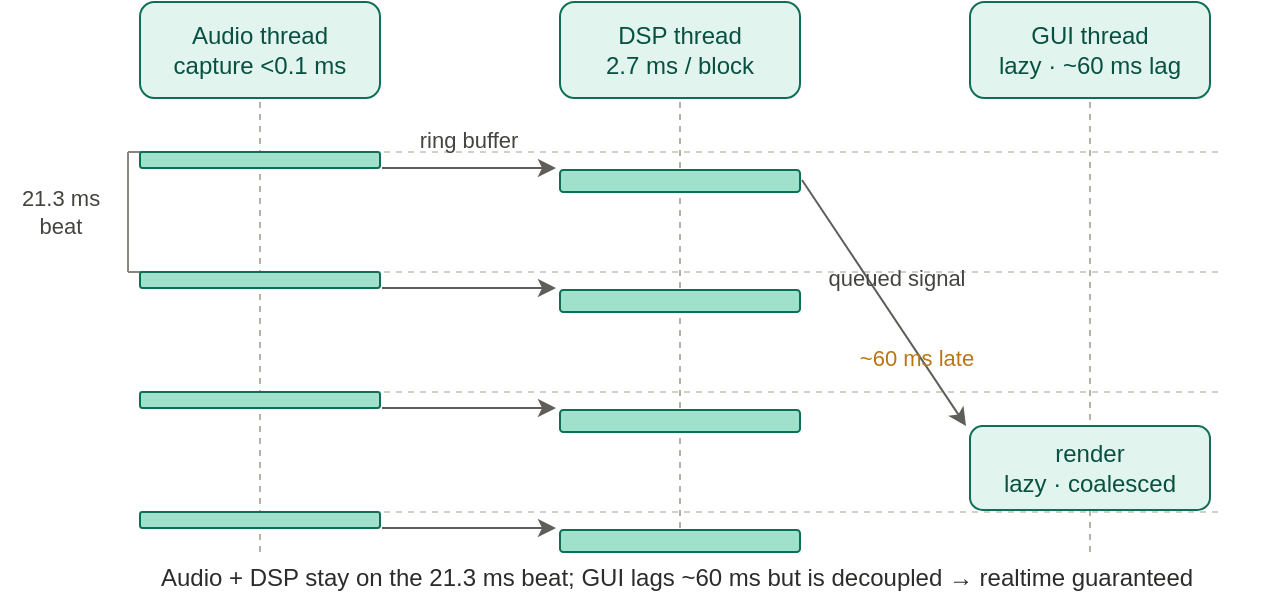
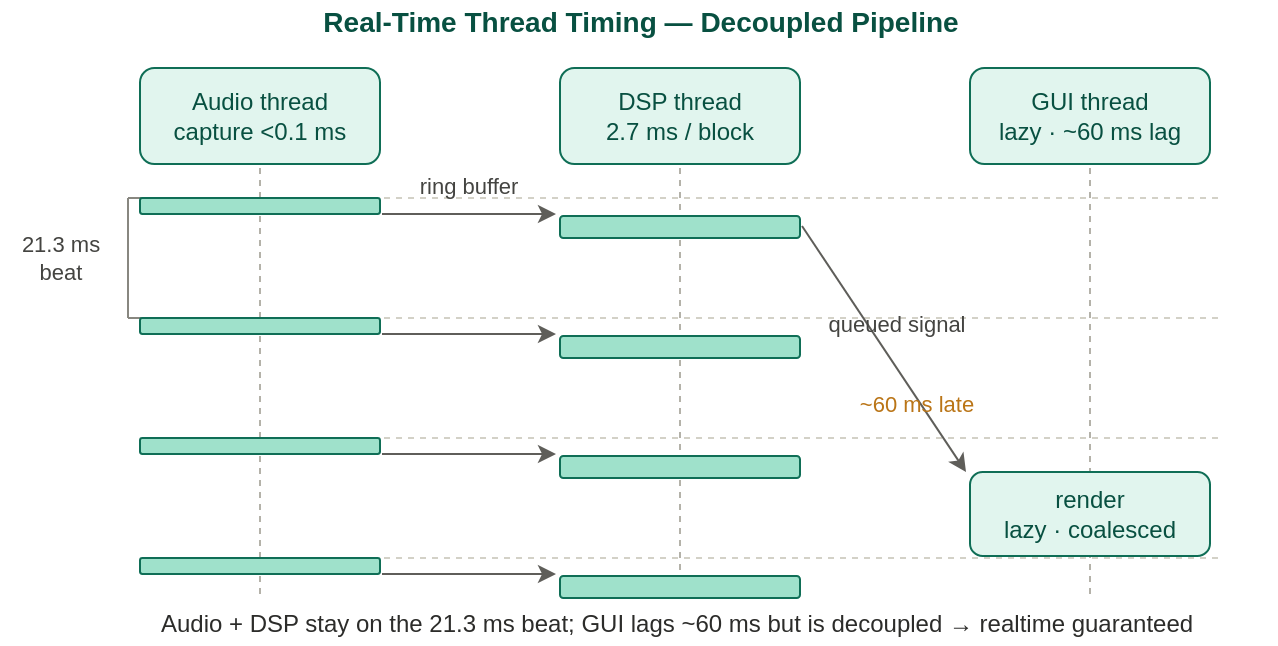
<mxfile host="app.diagrams.net" type="device">
  <diagram name="realtime-thread-timing" id="rt-thread-timing">
    <mxGraphModel dx="900" dy="640" grid="0" gridSize="10" guides="1" tooltips="1" connect="1" arrows="1" fold="1" page="1" pageScale="1" pageWidth="680" pageHeight="340" math="0" shadow="0">
      <root>
        <mxCell id="0" />
        <mxCell id="1" parent="0" />
-         <mxCell id="ll1" style="endArrow=none;dashed=1;strokeColor=#B4B2A9;html=1;" edge="1" parent="1"><mxGeometry relative="1" as="geometry"><mxPoint x="150" y="80" as="sourcePoint" /><mxPoint x="150" y="305" as="targetPoint" /></mxGeometry></mxCell>
-         <mxCell id="ll2" style="endArrow=none;dashed=1;strokeColor=#B4B2A9;html=1;" edge="1" parent="1"><mxGeometry relative="1" as="geometry"><mxPoint x="360" y="80" as="sourcePoint" /><mxPoint x="360" y="305" as="targetPoint" /></mxGeometry></mxCell>
-         <mxCell id="ll3" style="endArrow=none;dashed=1;strokeColor=#B4B2A9;html=1;" edge="1" parent="1"><mxGeometry relative="1" as="geometry"><mxPoint x="565" y="80" as="sourcePoint" /><mxPoint x="565" y="305" as="targetPoint" /></mxGeometry></mxCell>
+         <mxCell id="title" value="Real-Time Thread Timing — Decoupled Pipeline" style="text;html=1;align=center;verticalAlign=middle;strokeColor=none;fillColor=none;fontStyle=1;fontSize=14;fontColor=#085041;" vertex="1" parent="1"><mxGeometry x="40" y="6" width="600" height="22" as="geometry" /></mxCell>
+         <mxCell id="ll1" style="endArrow=none;dashed=1;strokeColor=#B4B2A9;html=1;" edge="1" parent="1"><mxGeometry relative="1" as="geometry"><mxPoint x="150" y="90" as="sourcePoint" /><mxPoint x="150" y="305" as="targetPoint" /></mxGeometry></mxCell>
+         <mxCell id="ll2" style="endArrow=none;dashed=1;strokeColor=#B4B2A9;html=1;" edge="1" parent="1"><mxGeometry relative="1" as="geometry"><mxPoint x="360" y="90" as="sourcePoint" /><mxPoint x="360" y="305" as="targetPoint" /></mxGeometry></mxCell>
+         <mxCell id="ll3" style="endArrow=none;dashed=1;strokeColor=#B4B2A9;html=1;" edge="1" parent="1"><mxGeometry relative="1" as="geometry"><mxPoint x="565" y="90" as="sourcePoint" /><mxPoint x="565" y="305" as="targetPoint" /></mxGeometry></mxCell>
        <mxCell id="bl1" style="endArrow=none;dashed=1;strokeColor=#D3D1C7;html=1;" edge="1" parent="1"><mxGeometry relative="1" as="geometry"><mxPoint x="92" y="105" as="sourcePoint" /><mxPoint x="630" y="105" as="targetPoint" /></mxGeometry></mxCell>
        <mxCell id="bl2" style="endArrow=none;dashed=1;strokeColor=#D3D1C7;html=1;" edge="1" parent="1"><mxGeometry relative="1" as="geometry"><mxPoint x="92" y="165" as="sourcePoint" /><mxPoint x="630" y="165" as="targetPoint" /></mxGeometry></mxCell>
        <mxCell id="bl3" style="endArrow=none;dashed=1;strokeColor=#D3D1C7;html=1;" edge="1" parent="1"><mxGeometry relative="1" as="geometry"><mxPoint x="92" y="225" as="sourcePoint" /><mxPoint x="630" y="225" as="targetPoint" /></mxGeometry></mxCell>
        <mxCell id="bl4" style="endArrow=none;dashed=1;strokeColor=#D3D1C7;html=1;" edge="1" parent="1"><mxGeometry relative="1" as="geometry"><mxPoint x="92" y="285" as="sourcePoint" /><mxPoint x="630" y="285" as="targetPoint" /></mxGeometry></mxCell>
        <mxCell id="pbv" style="endArrow=none;strokeColor=#888780;html=1;" edge="1" parent="1"><mxGeometry relative="1" as="geometry"><mxPoint x="84" y="105" as="sourcePoint" /><mxPoint x="84" y="165" as="targetPoint" /></mxGeometry></mxCell>
        <mxCell id="pbc1" style="endArrow=none;strokeColor=#888780;html=1;" edge="1" parent="1"><mxGeometry relative="1" as="geometry"><mxPoint x="84" y="105" as="sourcePoint" /><mxPoint x="92" y="105" as="targetPoint" /></mxGeometry></mxCell>
        <mxCell id="pbc2" style="endArrow=none;strokeColor=#888780;html=1;" edge="1" parent="1"><mxGeometry relative="1" as="geometry"><mxPoint x="84" y="165" as="sourcePoint" /><mxPoint x="92" y="165" as="targetPoint" /></mxGeometry></mxCell>
        <mxCell id="pbt" value="21.3 ms&lt;br&gt;beat" style="text;html=1;align=center;verticalAlign=middle;strokeColor=none;fillColor=none;fontColor=#444441;fontSize=11;" vertex="1" parent="1"><mxGeometry x="20" y="119" width="60" height="32" as="geometry" /></mxCell>
-         <mxCell id="h1" value="Audio thread&lt;br&gt;capture &amp;lt;0.1 ms" style="rounded=1;whiteSpace=wrap;html=1;fillColor=#E1F5EE;strokeColor=#0F6E56;fontColor=#085041;fontSize=12;" vertex="1" parent="1"><mxGeometry x="90" y="30" width="120" height="48" as="geometry" /></mxCell>
-         <mxCell id="h2" value="DSP thread&lt;br&gt;2.7 ms / block" style="rounded=1;whiteSpace=wrap;html=1;fillColor=#E1F5EE;strokeColor=#0F6E56;fontColor=#085041;fontSize=12;" vertex="1" parent="1"><mxGeometry x="300" y="30" width="120" height="48" as="geometry" /></mxCell>
-         <mxCell id="h3" value="GUI thread&lt;br&gt;lazy · ~60 ms lag" style="rounded=1;whiteSpace=wrap;html=1;fillColor=#E1F5EE;strokeColor=#0F6E56;fontColor=#085041;fontSize=12;" vertex="1" parent="1"><mxGeometry x="505" y="30" width="120" height="48" as="geometry" /></mxCell>
+         <mxCell id="h1" value="Audio thread&lt;br&gt;capture &amp;lt;0.1 ms" style="rounded=1;whiteSpace=wrap;html=1;fillColor=#E1F5EE;strokeColor=#0F6E56;fontColor=#085041;fontSize=12;" vertex="1" parent="1"><mxGeometry x="90" y="40" width="120" height="48" as="geometry" /></mxCell>
+         <mxCell id="h2" value="DSP thread&lt;br&gt;2.7 ms / block" style="rounded=1;whiteSpace=wrap;html=1;fillColor=#E1F5EE;strokeColor=#0F6E56;fontColor=#085041;fontSize=12;" vertex="1" parent="1"><mxGeometry x="300" y="40" width="120" height="48" as="geometry" /></mxCell>
+         <mxCell id="h3" value="GUI thread&lt;br&gt;lazy · ~60 ms lag" style="rounded=1;whiteSpace=wrap;html=1;fillColor=#E1F5EE;strokeColor=#0F6E56;fontColor=#085041;fontSize=12;" vertex="1" parent="1"><mxGeometry x="505" y="40" width="120" height="48" as="geometry" /></mxCell>
        <mxCell id="c1" style="rounded=1;fillColor=#9FE1CB;strokeColor=#0F6E56;html=1;" vertex="1" parent="1"><mxGeometry x="90" y="105" width="120" height="8" as="geometry" /></mxCell>
        <mxCell id="c2" style="rounded=1;fillColor=#9FE1CB;strokeColor=#0F6E56;html=1;" vertex="1" parent="1"><mxGeometry x="90" y="165" width="120" height="8" as="geometry" /></mxCell>
        <mxCell id="c3" style="rounded=1;fillColor=#9FE1CB;strokeColor=#0F6E56;html=1;" vertex="1" parent="1"><mxGeometry x="90" y="225" width="120" height="8" as="geometry" /></mxCell>
        <mxCell id="c4" style="rounded=1;fillColor=#9FE1CB;strokeColor=#0F6E56;html=1;" vertex="1" parent="1"><mxGeometry x="90" y="285" width="120" height="8" as="geometry" /></mxCell>
        <mxCell id="d1" style="rounded=1;fillColor=#9FE1CB;strokeColor=#0F6E56;html=1;" vertex="1" parent="1"><mxGeometry x="300" y="114" width="120" height="11" as="geometry" /></mxCell>
        <mxCell id="d2" style="rounded=1;fillColor=#9FE1CB;strokeColor=#0F6E56;html=1;" vertex="1" parent="1"><mxGeometry x="300" y="174" width="120" height="11" as="geometry" /></mxCell>
        <mxCell id="d3" style="rounded=1;fillColor=#9FE1CB;strokeColor=#0F6E56;html=1;" vertex="1" parent="1"><mxGeometry x="300" y="234" width="120" height="11" as="geometry" /></mxCell>
        <mxCell id="d4" style="rounded=1;fillColor=#9FE1CB;strokeColor=#0F6E56;html=1;" vertex="1" parent="1"><mxGeometry x="300" y="294" width="120" height="11" as="geometry" /></mxCell>
        <mxCell id="r1" value="render&lt;br&gt;lazy · coalesced" style="rounded=1;whiteSpace=wrap;html=1;fillColor=#E1F5EE;strokeColor=#0F6E56;fontColor=#085041;fontSize=12;" vertex="1" parent="1"><mxGeometry x="505" y="242" width="120" height="42" as="geometry" /></mxCell>
        <mxCell id="rb1" style="endArrow=classic;html=1;strokeColor=#5F5E5A;startArrow=none;" edge="1" parent="1"><mxGeometry relative="1" as="geometry"><mxPoint x="211" y="113" as="sourcePoint" /><mxPoint x="298" y="113" as="targetPoint" /></mxGeometry></mxCell>
        <mxCell id="rb2" style="endArrow=classic;html=1;strokeColor=#5F5E5A;startArrow=none;" edge="1" parent="1"><mxGeometry relative="1" as="geometry"><mxPoint x="211" y="173" as="sourcePoint" /><mxPoint x="298" y="173" as="targetPoint" /></mxGeometry></mxCell>
        <mxCell id="rb3" style="endArrow=classic;html=1;strokeColor=#5F5E5A;startArrow=none;" edge="1" parent="1"><mxGeometry relative="1" as="geometry"><mxPoint x="211" y="233" as="sourcePoint" /><mxPoint x="298" y="233" as="targetPoint" /></mxGeometry></mxCell>
        <mxCell id="rb4" style="endArrow=classic;html=1;strokeColor=#5F5E5A;startArrow=none;" edge="1" parent="1"><mxGeometry relative="1" as="geometry"><mxPoint x="211" y="293" as="sourcePoint" /><mxPoint x="298" y="293" as="targetPoint" /></mxGeometry></mxCell>
        <mxCell id="rbt" value="ring buffer" style="text;html=1;align=center;verticalAlign=middle;strokeColor=none;fillColor=none;fontColor=#444441;fontSize=11;" vertex="1" parent="1"><mxGeometry x="214" y="91" width="80" height="16" as="geometry" /></mxCell>
        <mxCell id="qs" style="endArrow=classic;html=1;strokeColor=#5F5E5A;startArrow=none;" edge="1" parent="1"><mxGeometry relative="1" as="geometry"><mxPoint x="421" y="119" as="sourcePoint" /><mxPoint x="503" y="242" as="targetPoint" /></mxGeometry></mxCell>
        <mxCell id="qst1" value="queued signal" style="text;html=1;align=center;verticalAlign=middle;strokeColor=none;fillColor=none;fontColor=#444441;fontSize=11;" vertex="1" parent="1"><mxGeometry x="420" y="160" width="96" height="16" as="geometry" /></mxCell>
        <mxCell id="qst2" value="~60 ms late" style="text;html=1;align=center;verticalAlign=middle;strokeColor=none;fillColor=none;fontColor=#BA7517;fontSize=11;" vertex="1" parent="1"><mxGeometry x="430" y="200" width="96" height="16" as="geometry" /></mxCell>
        <mxCell id="cap" value="Audio + DSP stay on the 21.3 ms beat; GUI lags ~60 ms but is decoupled → realtime guaranteed" style="text;html=1;align=center;verticalAlign=middle;strokeColor=none;fillColor=none;fontColor=#2C2C2A;fontSize=12;" vertex="1" parent="1"><mxGeometry x="58" y="308" width="600" height="20" as="geometry" /></mxCell>
      </root>
    </mxGraphModel>
  </diagram>
</mxfile>
